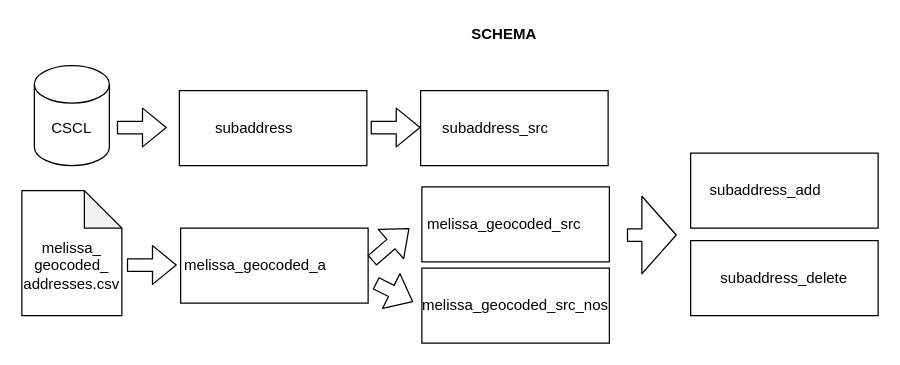
Before: doc/schema.drawio in mattyschell/cscl-subaddress-matched, a draw.io diagram. Source tidied: cells renumbered, new cells numbered last; positions are measured from the earlier drawing's top-left corner, leaving out a move shared by most shapes. Both pictures are drawn from the tidied source at 125%, with x=0, y=0 at pixel (21, 21).
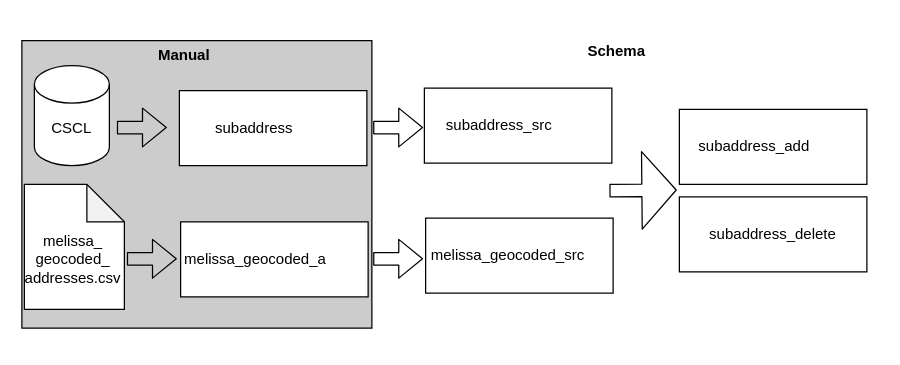
Above is the later version.

What changed in the source:
```diff
@@
+    <mxCell id="27" style="rounded=0;whiteSpace=wrap;html=1;fillColor=#CCCCCC;" parent="1" vertex="1">
+      <mxGeometry y="15" width="280" height="230" as="geometry" />
+    </mxCell>
     <mxCell id="2" style="rounded=0;whiteSpace=wrap;html=1;" parent="1" vertex="1">
-      <mxGeometry x="319" y="55" width="150" height="60" as="geometry" />
+      <mxGeometry x="322" y="53" width="150" height="60" as="geometry" />
     </mxCell>
     <mxCell id="3" value="subaddress_src" style="text;html=1;strokeColor=none;fillColor=none;align=center;verticalAlign=middle;whiteSpace=wrap;rounded=0;" parent="1" vertex="1">
-      <mxGeometry x="359" y="75" width="40" height="20" as="geometry" />
+      <mxGeometry x="362" y="73" width="40" height="20" as="geometry" />
     </mxCell>
     <mxCell id="4" style="rounded=0;whiteSpace=wrap;html=1;" parent="1" vertex="1">
-      <mxGeometry x="320" y="132" width="150" height="60" as="geometry" />
+      <mxGeometry x="323" y="157" width="150" height="60" as="geometry" />
     </mxCell>
     <mxCell id="5" value="melissa_geocoded_src" style="text;html=1;strokeColor=none;fillColor=none;align=center;verticalAlign=middle;whiteSpace=wrap;rounded=0;" parent="1" vertex="1">
-      <mxGeometry x="366" y="152" width="40" height="20" as="geometry" />
+      <mxGeometry x="369" y="177" width="40" height="20" as="geometry" />
     </mxCell>
-    <mxCell id="6" style="rounded=0;whiteSpace=wrap;html=1;" parent="1" vertex="1">
-      <mxGeometry x="320" y="197" width="150" height="60" as="geometry" />
-    </mxCell>
-    <mxCell id="7" value="melissa_geocoded_src_nos" style="text;html=1;strokeColor=none;fillColor=none;align=center;verticalAlign=middle;whiteSpace=wrap;rounded=0;" parent="1" vertex="1">
-      <mxGeometry x="375" y="217" width="40" height="20" as="geometry" />
-    </mxCell>
     <mxCell id="8" style="rounded=0;whiteSpace=wrap;html=1;" parent="1" vertex="1">
-      <mxGeometry x="535" y="105" width="150" height="60" as="geometry" />
+      <mxGeometry x="526" y="70" width="150" height="60" as="geometry" />
     </mxCell>
     <mxCell id="9" value="subaddress_add" style="text;html=1;strokeColor=none;fillColor=none;align=center;verticalAlign=middle;whiteSpace=wrap;rounded=0;" parent="1" vertex="1">
-      <mxGeometry x="575" y="125" width="40" height="20" as="geometry" />
+      <mxGeometry x="566" y="90" width="40" height="20" as="geometry" />
     </mxCell>
     <mxCell id="10" style="rounded=0;whiteSpace=wrap;html=1;" parent="1" vertex="1">
-      <mxGeometry x="535" y="175" width="150" height="60" as="geometry" />
+      <mxGeometry x="526" y="140" width="150" height="60" as="geometry" />
     </mxCell>
     <mxCell id="11" value="subaddress_delete" style="text;html=1;strokeColor=none;fillColor=none;align=center;verticalAlign=middle;whiteSpace=wrap;rounded=0;" parent="1" vertex="1">
-      <mxGeometry x="590" y="195" width="40" height="20" as="geometry" />
+      <mxGeometry x="581" y="160" width="40" height="20" as="geometry" />
     </mxCell>
-    <mxCell id="12" value="SCHEMA" style="text;html=1;strokeColor=none;fillColor=none;align=center;verticalAlign=middle;whiteSpace=wrap;rounded=0;fontStyle=1;" parent="1" vertex="1">
-      <mxGeometry x="366" width="40" height="20" as="geometry" />
+    <mxCell id="12" value="Schema" style="text;html=1;strokeColor=none;fillColor=none;align=center;verticalAlign=middle;whiteSpace=wrap;rounded=0;fontStyle=1;" parent="1" vertex="1">
+      <mxGeometry x="456" y="14" width="40" height="20" as="geometry" />
     </mxCell>
@@
     <mxCell id="15" style="rounded=0;whiteSpace=wrap;html=1;" parent="1" vertex="1">
-      <mxGeometry x="127" y="165" width="150" height="60" as="geometry" />
+      <mxGeometry x="127" y="160" width="150" height="60" as="geometry" />
     </mxCell>
     <mxCell id="16" value="melissa_geocoded_a" style="text;html=1;strokeColor=none;fillColor=none;align=center;verticalAlign=middle;whiteSpace=wrap;rounded=0;" parent="1" vertex="1">
-      <mxGeometry x="167" y="185" width="40" height="20" as="geometry" />
+      <mxGeometry x="167" y="180" width="40" height="20" as="geometry" />
     </mxCell>
@@
     <mxCell id="19" style="shape=note;whiteSpace=wrap;html=1;backgroundOutline=1;darkOpacity=0.05;" parent="1" vertex="1">
-      <mxGeometry y="135" width="80" height="100" as="geometry" />
+      <mxGeometry x="2" y="130" width="80" height="100" as="geometry" />
     </mxCell>
     <mxCell id="20" value="melissa_&lt;br&gt;geocoded_&lt;br&gt;addresses.csv" style="text;html=1;strokeColor=none;fillColor=none;align=center;verticalAlign=middle;whiteSpace=wrap;rounded=0;" parent="1" vertex="1">
-      <mxGeometry x="20" y="185" width="40" height="20" as="geometry" />
+      <mxGeometry x="21" y="180" width="40" height="20" as="geometry" />
     </mxCell>
-    <mxCell id="21" style="shape=flexArrow;endArrow=classic;html=1;" parent="1" edge="1">
-      <mxGeometry relative="1" as="geometry">
-        <mxPoint x="280" y="191" as="sourcePoint" />
-        <mxPoint x="310" y="165" as="targetPoint" />
-      </mxGeometry>
-    </mxCell>
@@
     <mxCell id="23" style="shape=flexArrow;endArrow=classic;html=1;" parent="1" edge="1">
       <mxGeometry relative="1" as="geometry">
-        <mxPoint x="84" y="194.5" as="sourcePoint" />
-        <mxPoint x="124" y="194.5" as="targetPoint" />
+        <mxPoint x="84" y="189.5" as="sourcePoint" />
+        <mxPoint x="124" y="189.5" as="targetPoint" />
       </mxGeometry>
     </mxCell>
     <mxCell id="24" style="shape=flexArrow;endArrow=classic;html=1;" parent="1" edge="1">
       <mxGeometry relative="1" as="geometry">
-        <mxPoint x="279" y="84.5" as="sourcePoint" />
-        <mxPoint x="319" y="84.5" as="targetPoint" />
+        <mxPoint x="281" y="84.5" as="sourcePoint" />
+        <mxPoint x="321" y="84.5" as="targetPoint" />
       </mxGeometry>
     </mxCell>
-    <mxCell id="25" style="shape=flexArrow;endArrow=classic;html=1;" parent="1" edge="1">
-      <mxGeometry relative="1" as="geometry">
-        <mxPoint x="283" y="209" as="sourcePoint" />
-        <mxPoint x="313" y="224" as="targetPoint" />
-      </mxGeometry>
-    </mxCell>
     <mxCell id="26" style="shape=flexArrow;endArrow=classic;html=1;endWidth=51;endSize=8.835;" parent="1" edge="1">
       <mxGeometry relative="1" as="geometry">
-        <mxPoint x="484" y="170.5" as="sourcePoint" />
-        <mxPoint x="524" y="170.5" as="targetPoint" />
+        <mxPoint x="470" y="135" as="sourcePoint" />
+        <mxPoint x="524" y="134.5" as="targetPoint" />
       </mxGeometry>
     </mxCell>
+    <mxCell id="28" style="shape=flexArrow;endArrow=classic;html=1;" parent="1" edge="1">
+      <mxGeometry relative="1" as="geometry">
+        <mxPoint x="281" y="189.5" as="sourcePoint" />
+        <mxPoint x="321" y="189.5" as="targetPoint" />
+      </mxGeometry>
+    </mxCell>
+    <mxCell id="29" value="Manual" style="text;html=1;strokeColor=none;fillColor=none;align=center;verticalAlign=middle;whiteSpace=wrap;rounded=0;fontStyle=1;" parent="1" vertex="1">
+      <mxGeometry x="110" y="17" width="40" height="20" as="geometry" />
+    </mxCell>
```
